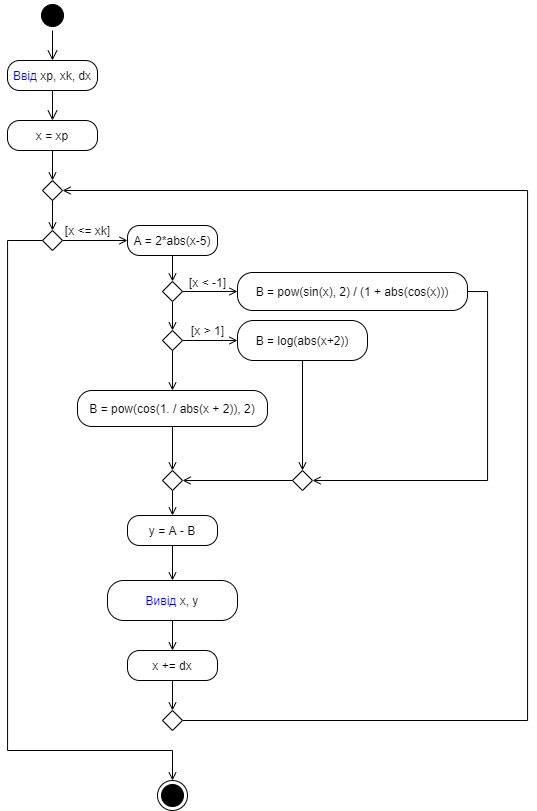
The draw.io diagram UML.png in fhctyw/Lab4.2, before a commit. Source tidied: cells renumbered, new cells last; positions are measured from the earlier drawing's top-left corner, leaving out a move shared by most shapes.
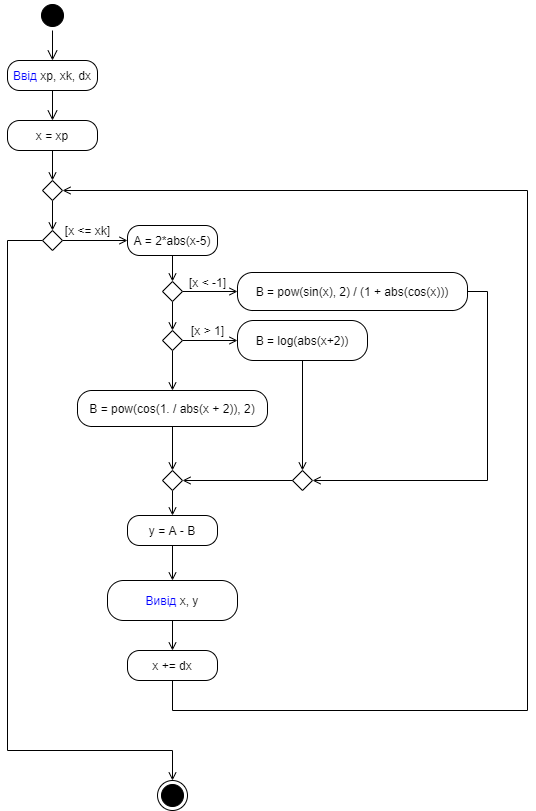
Above is the later version.

Commit message:
remake UML diagram

The edit, as a diff of the source:
```diff
@@ -120,25 +120,20 @@
     <mxCell id="37" value="&lt;font color=&quot;#0000ff&quot;&gt;Вивід&lt;/font&gt; x, y" style="rounded=1;whiteSpace=wrap;html=1;arcSize=40;" parent="1" vertex="1">
       <mxGeometry x="100" y="580" width="130" height="40" as="geometry" />
     </mxCell>
-    <mxCell id="38" style="edgeStyle=orthogonalEdgeStyle;rounded=0;jettySize=auto;html=1;entryX=0.5;entryY=0;entryDx=0;entryDy=0;endArrow=open;endFill=0;strokeColor=#000000;" parent="1" edge="1" source="39" target="42">
-      <mxGeometry relative="1" as="geometry" />
-    </mxCell>
+    <mxCell id="43" style="edgeStyle=orthogonalEdgeStyle;rounded=0;jettySize=auto;html=1;entryX=1;entryY=0.5;entryDx=0;entryDy=0;endArrow=open;endFill=0;" parent="1" edge="1" source="39" target="9">
+      <mxGeometry relative="1" as="geometry">
+        <Array as="points">
+          <mxPoint x="165" y="710" />
+          <mxPoint x="520" y="710" />
+          <mxPoint x="520" y="190" />
+        </Array>
+      </mxGeometry>
+    </mxCell>
     <mxCell id="39" value="x += dx" style="rounded=1;whiteSpace=wrap;html=1;arcSize=40;" parent="1" vertex="1">
       <mxGeometry x="120" y="650" width="90" height="30" as="geometry" />
     </mxCell>
     <mxCell id="40" style="ellipse;html=1;shape=endState;fillColor=#000000;strokeColor=#000000;" parent="1" vertex="1">
       <mxGeometry x="150" y="780" width="30" height="30" as="geometry" />
     </mxCell>
-    <mxCell id="41" style="edgeStyle=orthogonalEdgeStyle;rounded=0;jettySize=auto;html=1;entryX=1;entryY=0.5;entryDx=0;entryDy=0;endArrow=open;endFill=0;strokeColor=#000000;" parent="1" edge="1" source="42" target="9">
-      <mxGeometry relative="1" as="geometry">
-        <Array as="points">
-          <mxPoint x="520" y="720" />
-          <mxPoint x="520" y="190" />
-        </Array>
-      </mxGeometry>
-    </mxCell>
-    <mxCell id="42" style="rhombus;whiteSpace=wrap;html=1;strokeColor=#000000;" parent="1" vertex="1">
-      <mxGeometry x="155" y="710" width="20" height="20" as="geometry" />
-    </mxCell>
   </root>
 </mxGraphModel>
```
